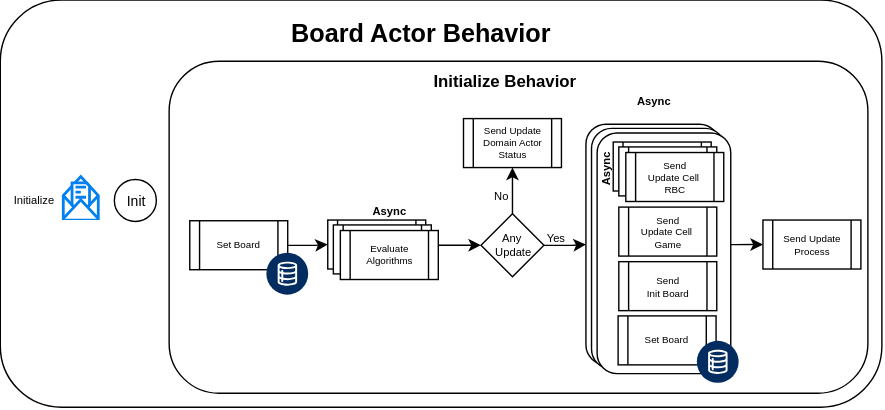
This is docs/diagrams/BoardActor.svg from sunlao/py_sudoku_solver, a draw.io export, as it was before one commit. Source tidied: cells renumbered, new cells last; positions are measured from the earlier drawing's top-left corner, leaving out a move shared by most shapes.
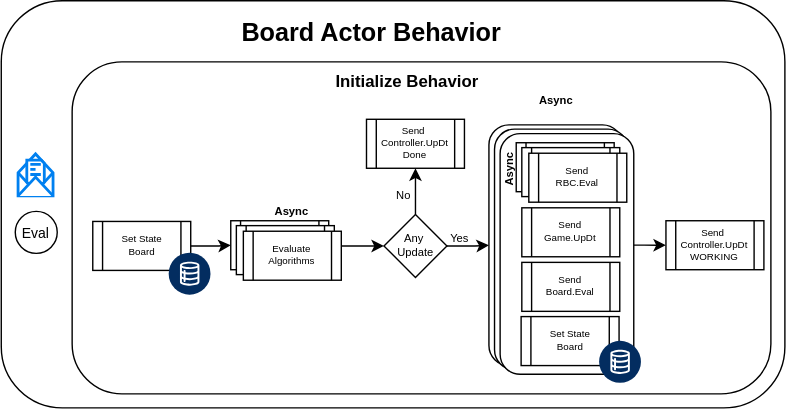
The same diagram one commit later.

Change to the diagram source:
```diff
@@ -3,7 +3,7 @@
     <mxCell id="0" />
     <mxCell id="1" parent="0" />
     <mxCell id="2" style="rounded=1;whiteSpace=wrap;html=1;" parent="1" vertex="1">
-      <mxGeometry width="630" height="291" as="geometry" />
+      <mxGeometry x="70" width="560" height="291" as="geometry" />
     </mxCell>
     <mxCell id="3" style="rounded=1;whiteSpace=wrap;html=1;" parent="1" vertex="1">
       <mxGeometry x="120.7" y="43.8" width="499.4" height="237.2" as="geometry" />
@@ -20,19 +20,16 @@
     <mxCell id="7" style="rounded=1;whiteSpace=wrap;html=1;" parent="1" vertex="1">
       <mxGeometry x="426.5" y="95" width="95.5" height="172" as="geometry" />
     </mxCell>
-    <mxCell id="8" value="Init" style="ellipse;whiteSpace=wrap;html=1;fontSize=10;" parent="1" vertex="1">
-      <mxGeometry x="81.5" y="128.2" width="30" height="30" as="geometry" />
+    <mxCell id="8" value="Eval" style="ellipse;whiteSpace=wrap;html=1;fontSize=10;" parent="1" vertex="1">
+      <mxGeometry x="80" y="150.6" width="30" height="30" as="geometry" />
     </mxCell>
     <mxCell id="9" style="html=1;verticalLabelPosition=bottom;align=center;labelBackgroundColor=#ffffff;verticalAlign=top;strokeWidth=2;strokeColor=#0080F0;shadow=0;dashed=0;shape=mxgraph.ios7.icons.envelope_(message);" parent="1" vertex="1">
-      <mxGeometry x="45" y="126.2" width="25" height="30" as="geometry" />
+      <mxGeometry x="82.5" y="110" width="25" height="30" as="geometry" />
     </mxCell>
-    <mxCell id="10" value="&lt;div&gt;Initialize&lt;/div&gt;" style="text;html=1;whiteSpace=wrap;strokeColor=none;fillColor=none;align=center;verticalAlign=middle;rounded=0;fontSize=8;" parent="1" vertex="1">
-      <mxGeometry x="9" y="128.2" width="30" height="30" as="geometry" />
-    </mxCell>
     <mxCell id="11" style="edgeStyle=orthogonalEdgeStyle;rounded=0;jettySize=auto;html=1;entryX=0;entryY=0.5;entryDx=0;entryDy=0;" parent="1" edge="1" source="12" target="31">
       <mxGeometry relative="1" as="geometry" />
     </mxCell>
-    <mxCell id="12" value="Set Board" style="shape=process;whiteSpace=wrap;html=1;backgroundOutline=1;fontSize=7;" parent="1" vertex="1">
+    <mxCell id="12" value="Set State&lt;div&gt;Board&lt;/div&gt;" style="shape=process;whiteSpace=wrap;html=1;backgroundOutline=1;fontSize=7;" parent="1" vertex="1">
       <mxGeometry x="135.4" y="157.8" width="70" height="35" as="geometry" />
     </mxCell>
     <mxCell id="13" value="Initialize Behavior" style="text;html=1;whiteSpace=wrap;strokeColor=none;fillColor=none;align=center;verticalAlign=middle;rounded=0;fontStyle=1;" parent="1" vertex="1">
@@ -55,16 +52,16 @@
     <mxCell id="18" value="Any&amp;nbsp;&lt;div&gt;Update&lt;/div&gt;" style="rhombus;whiteSpace=wrap;html=1;fontSize=8;" parent="1" vertex="1">
       <mxGeometry x="343.5" y="152.8" width="45" height="45" as="geometry" />
     </mxCell>
-    <mxCell id="19" value="Send&lt;br&gt;Update Cell&amp;nbsp;&lt;div&gt;Game&lt;/div&gt;" style="shape=process;whiteSpace=wrap;html=1;backgroundOutline=1;fontSize=7;" parent="1" vertex="1">
+    <mxCell id="19" value="Send&lt;br&gt;Game.UpDt" style="shape=process;whiteSpace=wrap;html=1;backgroundOutline=1;fontSize=7;" parent="1" vertex="1">
       <mxGeometry x="442" y="148" width="70" height="35" as="geometry" />
     </mxCell>
-    <mxCell id="20" value="&lt;div&gt;Send Update Process&lt;/div&gt;" style="shape=process;whiteSpace=wrap;html=1;backgroundOutline=1;fontSize=7;" parent="1" vertex="1">
+    <mxCell id="20" value="Send&amp;nbsp;&lt;div&gt;Controller.UpDt&lt;/div&gt;&lt;div&gt;WORKING&lt;/div&gt;" style="shape=process;whiteSpace=wrap;html=1;backgroundOutline=1;fontSize=7;" parent="1" vertex="1">
       <mxGeometry x="545" y="157.2" width="70" height="35" as="geometry" />
     </mxCell>
     <mxCell id="21" value="Async" style="text;html=1;whiteSpace=wrap;strokeColor=none;fillColor=none;align=center;verticalAlign=middle;rounded=0;fontSize=8;fontStyle=1;horizontal=0;" parent="1" vertex="1">
       <mxGeometry x="422.9" y="114.8" width="20" height="12.5" as="geometry" />
     </mxCell>
-    <mxCell id="22" value="Set Board" style="shape=process;whiteSpace=wrap;html=1;backgroundOutline=1;fontSize=7;" parent="1" vertex="1">
+    <mxCell id="22" value="Set State&lt;div&gt;Board&lt;/div&gt;" style="shape=process;whiteSpace=wrap;html=1;backgroundOutline=1;fontSize=7;" parent="1" vertex="1">
       <mxGeometry x="441.5" y="225.8" width="70" height="35" as="geometry" />
     </mxCell>
     <mxCell id="23" value="Yes" style="text;html=1;whiteSpace=wrap;strokeColor=none;fillColor=none;align=center;verticalAlign=middle;rounded=0;fontSize=8;" parent="1" vertex="1">
@@ -74,7 +71,7 @@
       <mxGeometry x="348" y="133.2" width="20" height="12.5" as="geometry" />
     </mxCell>
     <mxCell id="25" value="Board Actor Behavior" style="text;html=1;whiteSpace=wrap;strokeColor=none;fillColor=none;align=center;verticalAlign=middle;rounded=0;fontStyle=1;fontSize=18;" parent="1" vertex="1">
-      <mxGeometry x="0.9" y="10" width="598.9" height="27" as="geometry" />
+      <mxGeometry x="70" y="10" width="529.8" height="27" as="geometry" />
     </mxCell>
     <mxCell id="26" style="verticalLabelPosition=bottom;html=1;shape=mxgraph.salesforce.data2;fillColorStyles=fillColor2,fillColor3;fillColor2=#032d60;fillColor3=#ffffff;fillColor=none;strokeColor=none;" parent="1" vertex="1">
       <mxGeometry x="497.7" y="243.6" width="30" height="30" as="geometry" />
@@ -82,10 +79,10 @@
     <mxCell id="27" style="verticalLabelPosition=bottom;html=1;shape=mxgraph.salesforce.data2;fillColorStyles=fillColor2,fillColor3;fillColor2=#032d60;fillColor3=#ffffff;fillColor=none;strokeColor=none;" parent="1" vertex="1">
       <mxGeometry x="190.1" y="180.6" width="30" height="30" as="geometry" />
     </mxCell>
-    <mxCell id="28" value="Send&lt;br&gt;&lt;div&gt;Init Board&lt;/div&gt;" style="shape=process;whiteSpace=wrap;html=1;backgroundOutline=1;fontSize=7;" parent="1" vertex="1">
+    <mxCell id="28" value="Send&lt;br&gt;Board.Eval" style="shape=process;whiteSpace=wrap;html=1;backgroundOutline=1;fontSize=7;" parent="1" vertex="1">
       <mxGeometry x="442" y="187" width="70" height="35" as="geometry" />
     </mxCell>
-    <mxCell id="29" value="&lt;div&gt;Send Update Domain Actor Status&lt;/div&gt;" style="shape=process;whiteSpace=wrap;html=1;backgroundOutline=1;fontSize=7;" parent="1" vertex="1">
+    <mxCell id="29" value="Send&amp;nbsp;&lt;div&gt;Controller.UpDt&lt;/div&gt;&lt;div&gt;Done&lt;/div&gt;" style="shape=process;whiteSpace=wrap;html=1;backgroundOutline=1;fontSize=7;" parent="1" vertex="1">
       <mxGeometry x="331" y="84.8" width="70" height="35" as="geometry" />
     </mxCell>
     <mxCell id="30" value="Async" style="text;html=1;whiteSpace=wrap;strokeColor=none;fillColor=none;align=center;verticalAlign=middle;rounded=0;fontSize=8;fontStyle=1;" parent="1" vertex="1">
@@ -106,7 +103,7 @@
     <mxCell id="35" style="shape=process;whiteSpace=wrap;html=1;backgroundOutline=1;fontSize=7;" parent="1" vertex="1">
       <mxGeometry x="442" y="105" width="70" height="35" as="geometry" />
     </mxCell>
-    <mxCell id="36" value="Send&lt;br&gt;Update Cell&amp;nbsp;&lt;div&gt;RBC&lt;/div&gt;" style="shape=process;whiteSpace=wrap;html=1;backgroundOutline=1;fontSize=7;" parent="1" vertex="1">
+    <mxCell id="36" value="Send&lt;br&gt;RBC.Eval" style="shape=process;whiteSpace=wrap;html=1;backgroundOutline=1;fontSize=7;" parent="1" vertex="1">
       <mxGeometry x="447" y="109" width="70" height="35" as="geometry" />
     </mxCell>
   </root>
```
